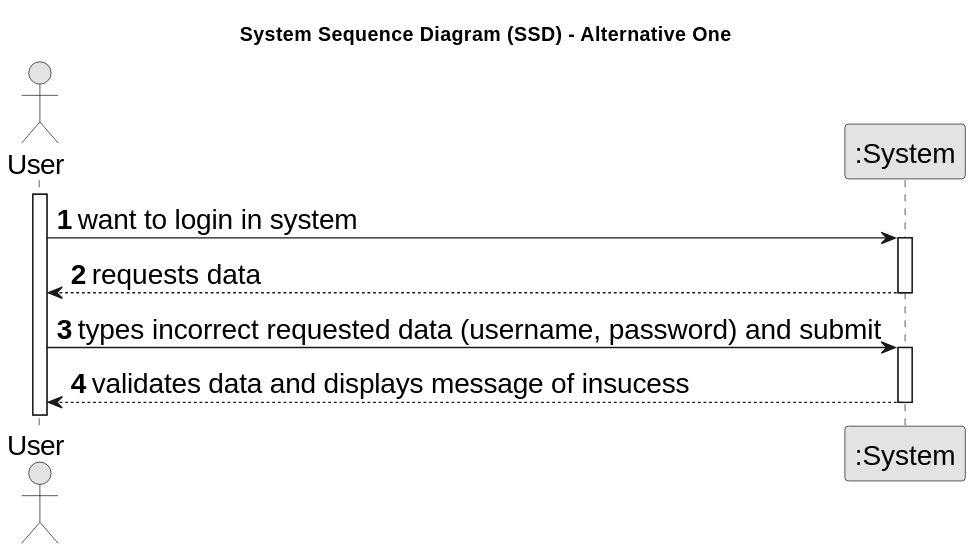
Earlier version of the PlantUML export docs/sprint01/us002/01.requirements-engineering/svg/us002-system-sequence-diagram-alternative-two.svg (TiagoMagalhaes1232507/Testando-projeto).
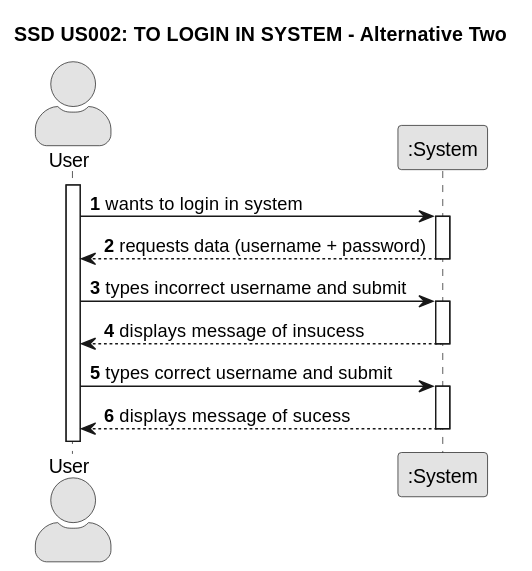
Later version of the same file.

Change to the diagram source:
```diff
@@ -1,10 +1,11 @@
 @startuml
-skinparamlocked defaultFontSize 20
 skinparam monochrome true
 skinparam packageStyle rectangle
 skinparam shadowing false
+skinparam actorStyle awesome
 
-title System Sequence Diagram (SSD) - Alternative One
+
+title SSD US002: TO LOGIN IN SYSTEM - Alternative Two
 
 autonumber
 
@@ -13,15 +14,21 @@
 
 activate User
 
-    User -> System : want to login in system
+    User -> System : wants to login in system
     activate System
 
-        System --> User : requests data
+        System --> User : requests data (username + password)
     deactivate System
 
-    User -> System : types incorrect requested data (username, password) and submit
+    User -> System : types incorrect username and submit
     activate System
 
-        System --> User :validates data and displays message of insucess
+        System --> User :displays message of insucess
+    deactivate System
+
+    User -> System : types correct username and submit
+    activate System
+
+        System --> User :displays message of sucess
     deactivate System
 @enduml
```
